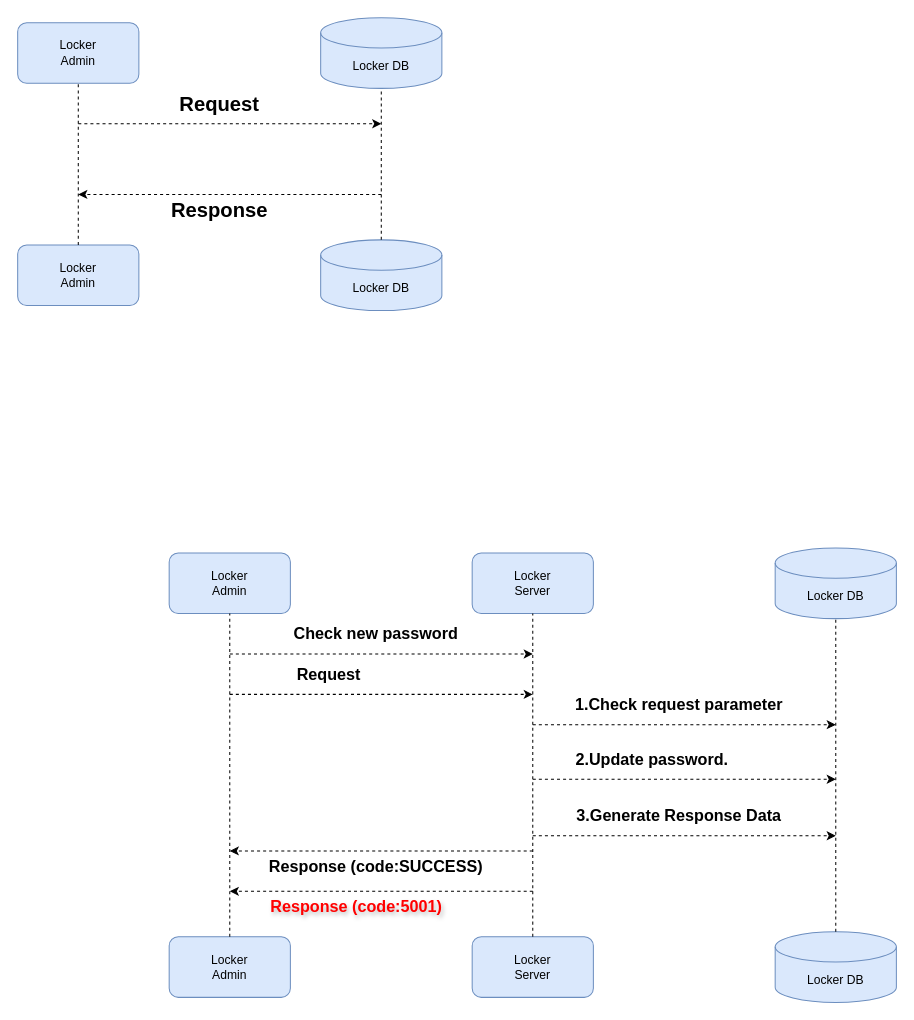
Above: draw.io/优衣库文档.drawio in henrychao24/fiesta (draw.io), before the change. Source tidied: cells renumbered, new cells numbered last; positions are measured from the earlier drawing's top-left corner, leaving out a move shared by most shapes. Both pictures are drawn from the tidied source at 101%, with x=0, y=0 at pixel (17, 17).
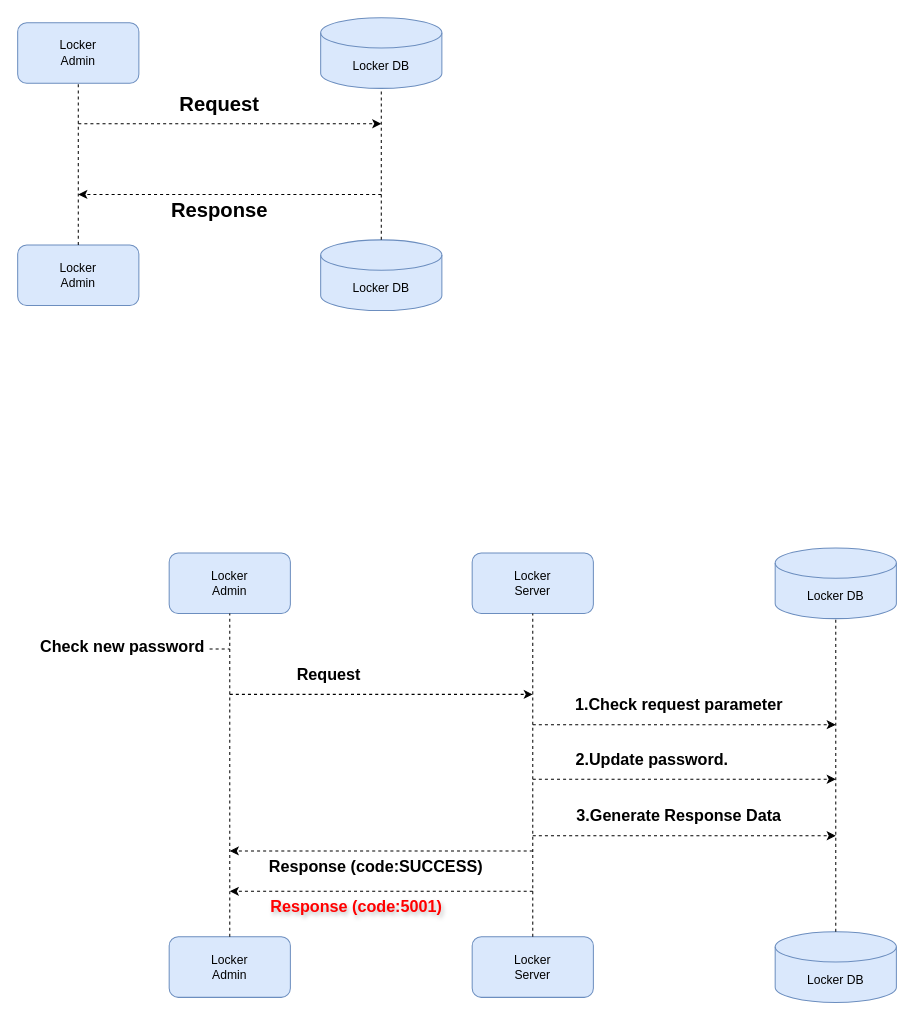
Above is the later version.

Commit message:
更新优衣库文档.drawio

Diff of the diagram source:
```diff
@@
-    <mxCell id="27" style="endArrow=classic;html=1;rounded=0;dashed=1;" parent="1" edge="1">
-      <mxGeometry relative="1" as="geometry">
-        <mxPoint x="210" y="630" as="sourcePoint" />
-        <mxPoint x="510" y="630" as="targetPoint" />
-      </mxGeometry>
-    </mxCell>
     <mxCell id="28" value="Check new password" style="text;html=1;align=center;verticalAlign=middle;whiteSpace=wrap;rounded=0;fontSize=16;fontStyle=1;" parent="1" vertex="1">
-      <mxGeometry x="230" y="595" width="250" height="30" as="geometry" />
+      <mxGeometry x="14" y="608" width="180" height="30" as="geometry" />
     </mxCell>
@@
+    <mxCell id="35" style="endArrow=none;dashed=1;html=1;rounded=0;" parent="1" edge="1">
+      <mxGeometry relative="1" as="geometry">
+        <mxPoint x="190" y="625" as="sourcePoint" />
+        <mxPoint x="210" y="625" as="targetPoint" />
+      </mxGeometry>
+    </mxCell>
```
